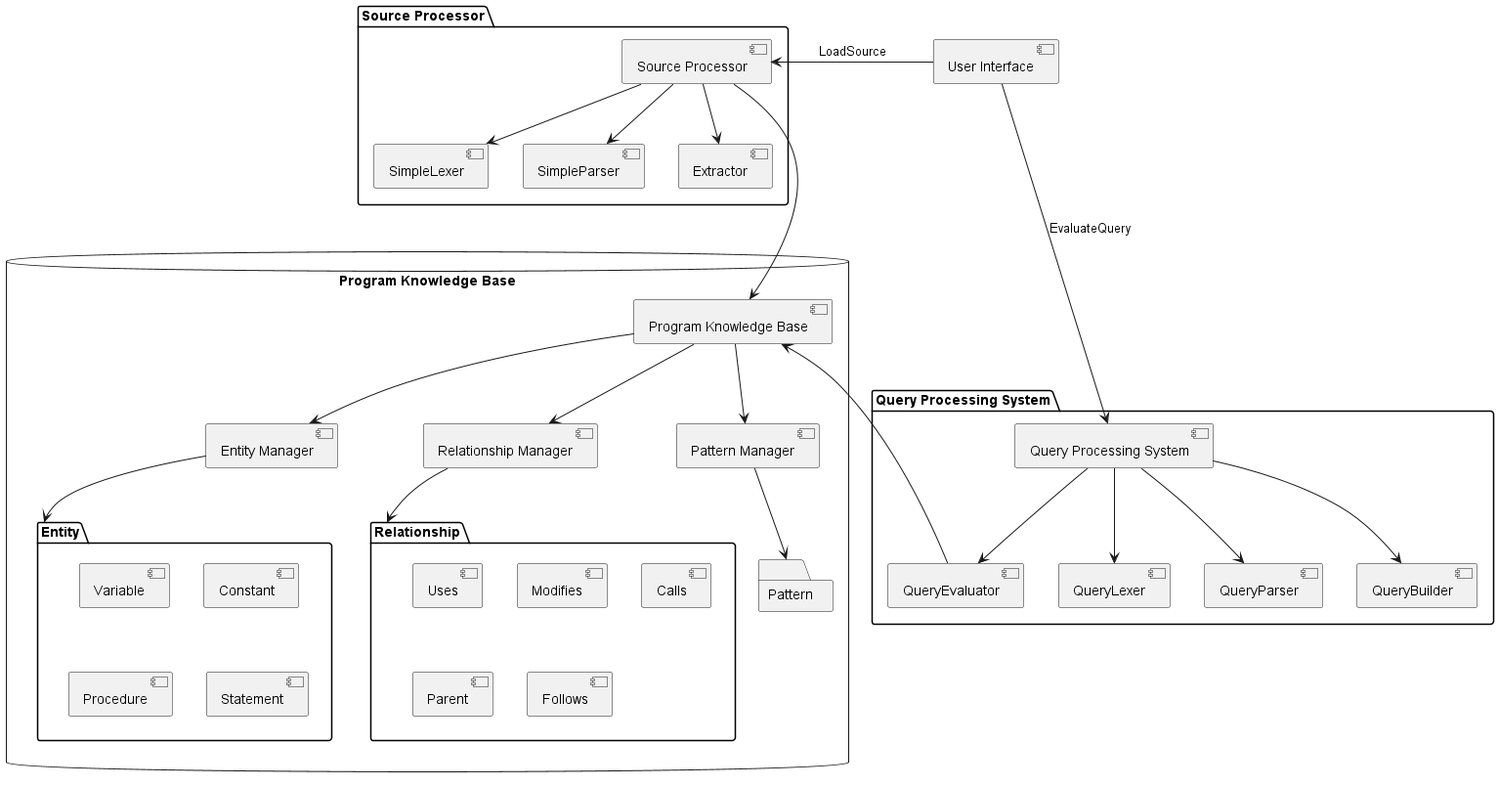
mazx4960/static-analyzer keeps this PlantUML diagram as docs/images/SystemArchitecture.png. Above is the earlier version.
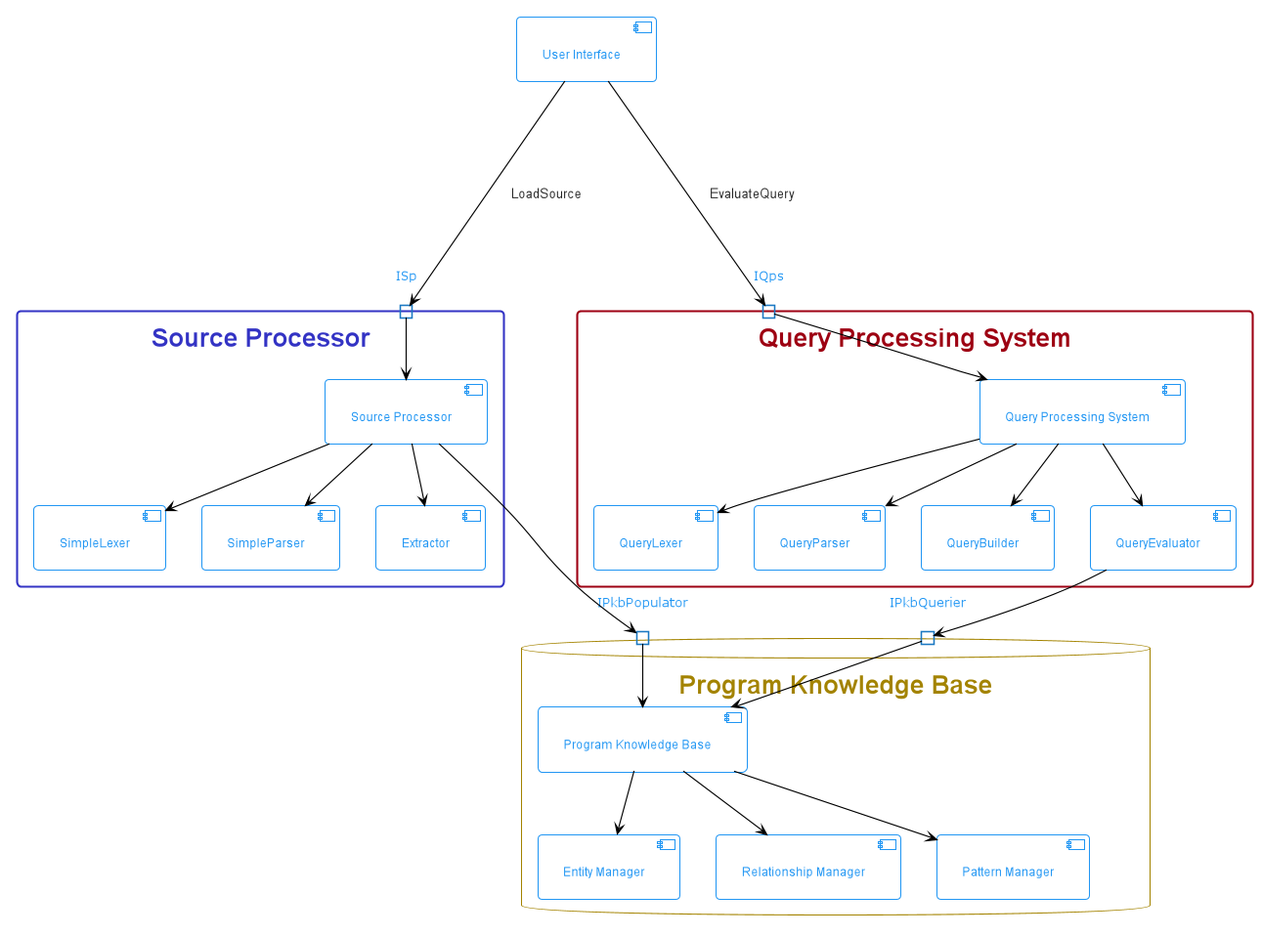
Later version of the same file.

Commit message:
docs: update system architecture

Diff of the diagram source:
```diff
@@ -1,8 +1,18 @@
 @startuml
+!include Style.puml
 
 [User Interface] as UI
 
-package "Query Processing System" {
+package "Source Processor"<<SP>> {
+    port ISp
+    [Source Processor] as SP
+    [SimpleLexer]
+    [SimpleParser]
+    [Extractor]
+}
+
+package "Query Processing System"<<QPS>> {
+    port IQps
     [Query Processing System] as QPS
     [QueryLexer]
     [QueryParser]
@@ -10,51 +20,35 @@
     [QueryEvaluator]
 }
 
-package "Source Processor" {
-    [Source Processor] as SP
-    [SimpleLexer]
-    [SimpleParser]
-    [Extractor]
+database "Program Knowledge Base"<<PKB>> {
+  port IPkbPopulator
+  port IPkbQuerier
+  [Program Knowledge Base] as PKB
+  [Entity Manager]
+  [Relationship Manager]
+  [Pattern Manager]
 }
 
-database "Program Knowledge Base" {
-  [Program Knowledge Base] as PKB
-  [Entity Manager] --> [Entity]
-  folder "Entity" {
-    [Variable]
-    [Constant]
-    [Procedure]
-    [Statement]
-  }
-  [Relationship Manager] --> [Relationship]
-  folder "Relationship" {
-    [Uses]
-    [Modifies]
-    [Calls]
-    [Parent]
-    [Follows]
-  }
-  [Pattern Manager] --> [Pattern]
-  folder "Pattern" {
-  }
-}
+[UI] --down--> [ISp] : LoadSource
+[UI] --down--> [IQps] : EvaluateQuery
 
-[UI] --left--> [SP] : LoadSource
-[UI] --down--> [QPS] : EvaluateQuery
-
+[IPkbPopulator] -down-> [PKB]
+[IPkbQuerier] -down-> [PKB]
 [PKB] -down-> [Entity Manager]
 [PKB] -down-> [Relationship Manager]
 [PKB] -down-> [Pattern Manager]
 
+[ISp] -down-> [SP]
 [SP] -down-> [SimpleLexer]
 [SP] -down-> [SimpleParser]
 [SP] -down-> [Extractor]
-[SP] -down--> [PKB]
+[SP] -down--> IPkbPopulator
 
+[IQps] -down-> [QPS]
 [QPS] -down-> [QueryLexer]
 [QPS] -down-> [QueryParser]
 [QPS] -down-> [QueryBuilder]
 [QPS] -down-> [QueryEvaluator]
-[QueryEvaluator] -left-> [PKB]
+[QueryEvaluator] -down-> IPkbQuerier
 
 @enduml
```
